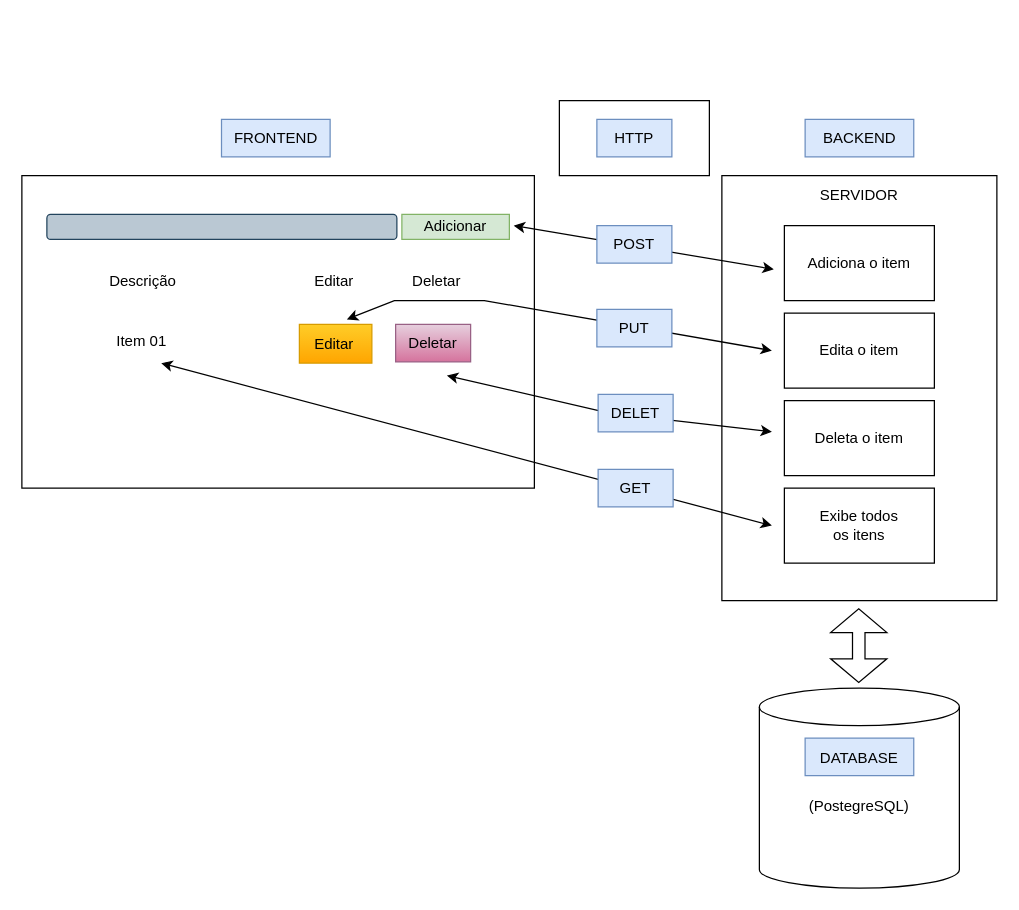
This is Diagrama sem nome.drawio from juniorpinhodev/CRUD-PERN, a draw.io file, before an edit. Source tidied: cells renumbered, new cells numbered last; positions are measured from the earlier drawing's top-left corner, leaving out a move shared by most shapes. Both pictures are drawn from the tidied source at 125%, with x=0, y=0 at pixel (21, 100).
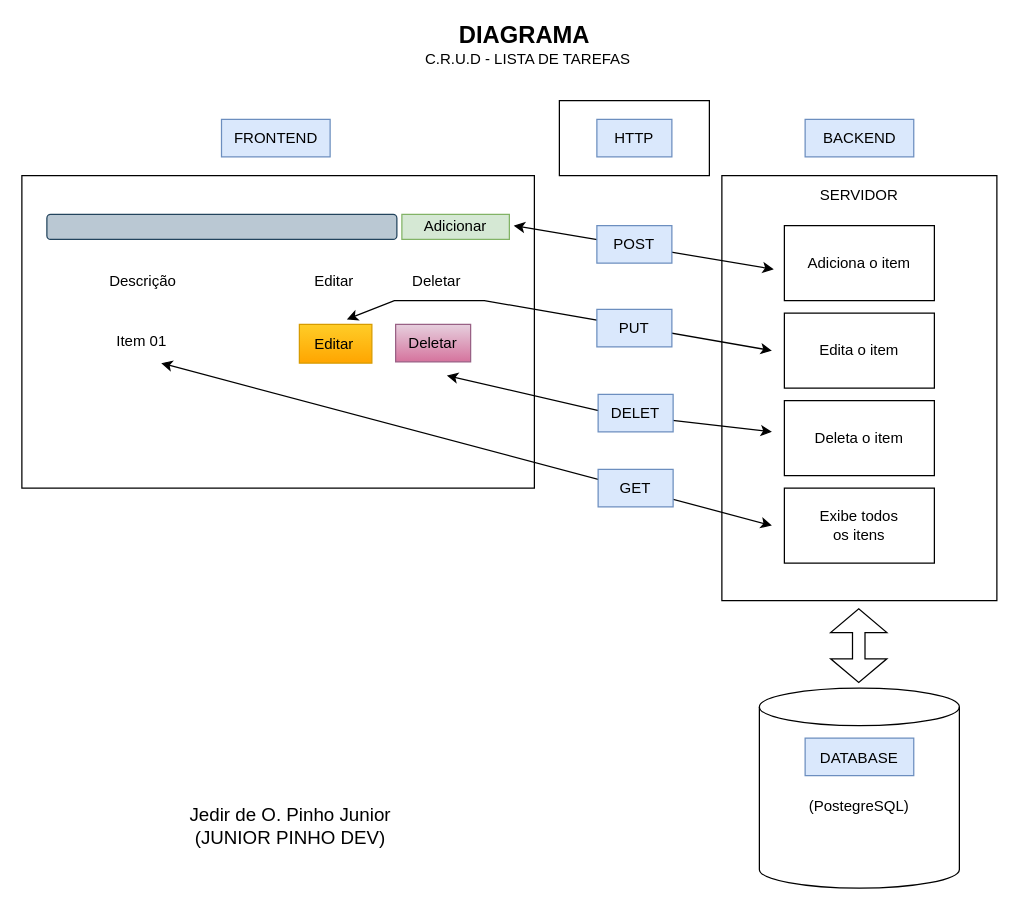
The same diagram, later.

Commit message:
Diagrama crud LISTA DE TAREFAS.drawio

Diff of the diagram source:
```diff
@@
+    <mxCell id="40" value="&lt;b&gt;&lt;font style=&quot;font-size: 19px;&quot;&gt;DIAGRAMA&amp;nbsp;&lt;/font&gt;&lt;/b&gt;&lt;div&gt;C.R.U.D - LISTA DE TAREFAS&lt;/div&gt;" style="text;html=1;align=center;verticalAlign=middle;whiteSpace=wrap;rounded=0;" parent="1" vertex="1">
+      <mxGeometry x="200" y="-60" width="410" height="30" as="geometry" />
+    </mxCell>
+    <mxCell id="41" value="&lt;font style=&quot;font-size: 15px;&quot;&gt;Jedir de O. Pinho Junior&lt;br&gt;(JUNIOR PINHO DEV)&lt;/font&gt;" style="text;html=1;align=center;verticalAlign=middle;whiteSpace=wrap;rounded=0;" parent="1" vertex="1">
+      <mxGeometry x="110" y="565" width="210" height="30" as="geometry" />
+    </mxCell>
```
